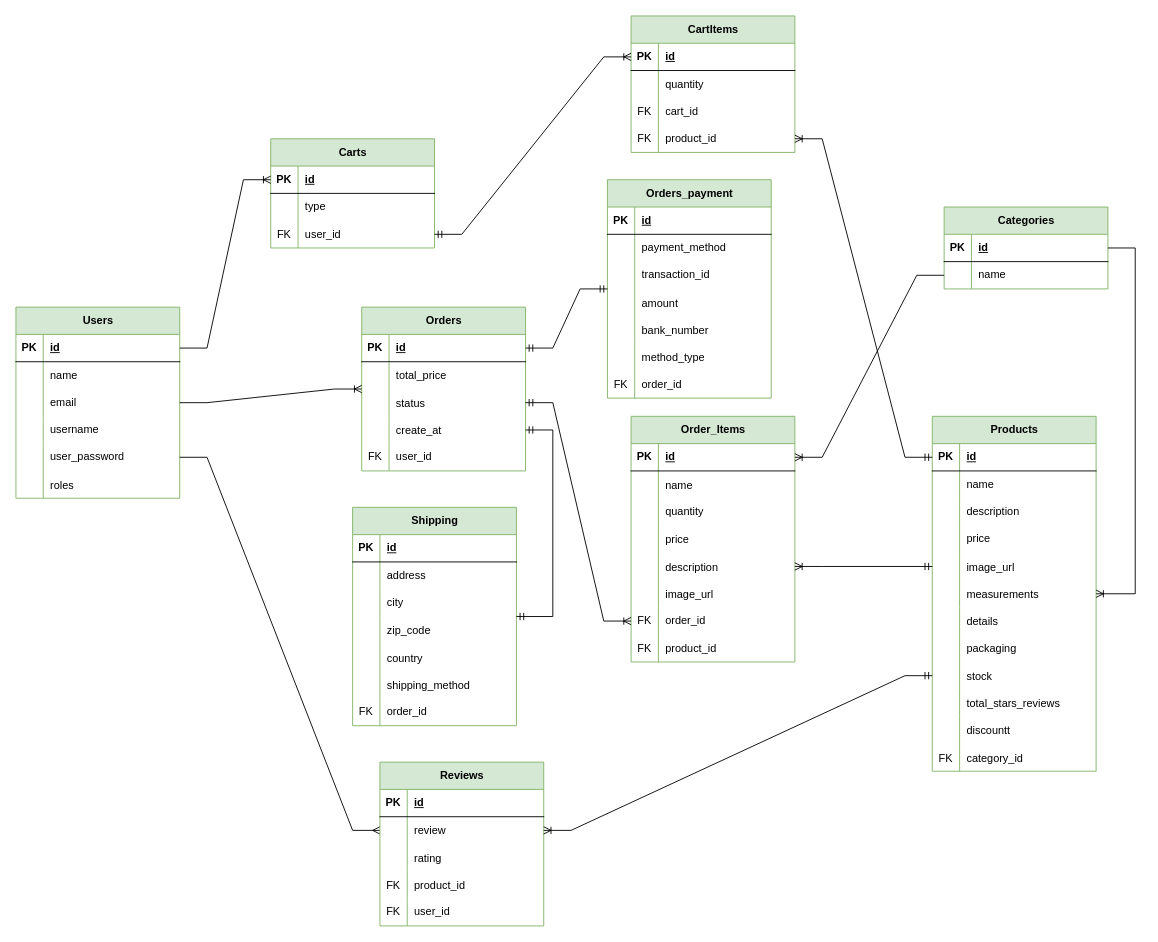
Before: ER Diagram.drawio in matobuild/Elegant, a draw.io diagram. Source tidied: cells renumbered, new cells numbered last; positions are measured from the earlier drawing's top-left corner, leaving out a move shared by most shapes. Both pictures are drawn from the tidied source at 91%, with x=0, y=0 at pixel (15, 15).
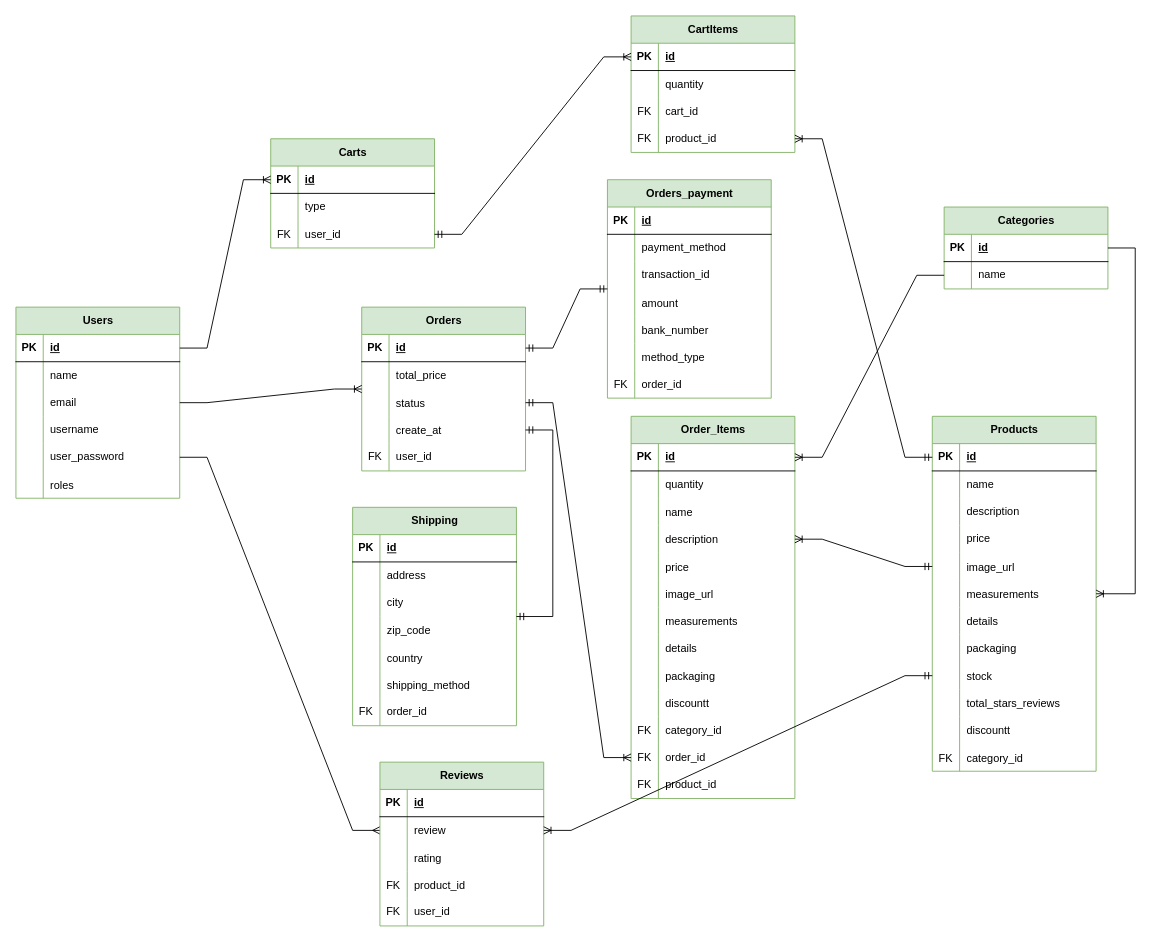
Above is the later version.

The edit, as a diff of the source:
```diff
@@
     <mxCell id="75" value="Order_Items" style="shape=table;startSize=30;childLayout=tableLayout;rowLines=0;fontStyle=1;align=center;html=1;fillColor=#d5e8d4;strokeColor=#82b366;" parent="1" vertex="1">
-      <mxGeometry x="676" y="440" width="180" height="270" as="geometry" />
+      <mxGeometry x="676" y="440" width="180" height="420" as="geometry" />
     </mxCell>
@@
+    <mxCell id="82" style="shape=tableRow;horizontal=0;startSize=0;swimlaneHead=0;swimlaneBody=0;fillColor=none;top=0;left=0;right=0;bottom=0;" parent="75" vertex="1">
+      <mxGeometry y="60" width="180" height="30" as="geometry" />
+    </mxCell>
+    <mxCell id="83" style="shape=partialRectangle;fillColor=none;top=0;left=0;bottom=0;right=0;overflow=hidden;whiteSpace=wrap;html=1;" parent="82" vertex="1">
+      <mxGeometry width="30" height="30" as="geometry" />
+    </mxCell>
+    <mxCell id="84" value="quantity" style="shape=partialRectangle;fillColor=none;top=0;left=0;bottom=0;right=0;align=left;spacingLeft=6;overflow=hidden;whiteSpace=wrap;html=1;" parent="82" vertex="1">
+      <mxGeometry x="30" width="150" height="30" as="geometry" />
+    </mxCell>
     <mxCell id="79" style="shape=tableRow;horizontal=0;startSize=0;swimlaneHead=0;swimlaneBody=0;fillColor=none;top=0;left=0;right=0;bottom=0;" parent="75" vertex="1">
-      <mxGeometry y="60" width="180" height="30" as="geometry" />
+      <mxGeometry y="90" width="180" height="30" as="geometry" />
     </mxCell>
@@
-    <mxCell id="82" style="shape=tableRow;horizontal=0;startSize=0;swimlaneHead=0;swimlaneBody=0;fillColor=none;top=0;left=0;right=0;bottom=0;" parent="75" vertex="1">
-      <mxGeometry y="90" width="180" height="30" as="geometry" />
-    </mxCell>
-    <mxCell id="83" style="shape=partialRectangle;fillColor=none;top=0;left=0;bottom=0;right=0;overflow=hidden;whiteSpace=wrap;html=1;" parent="82" vertex="1">
-      <mxGeometry width="30" height="30" as="geometry" />
-    </mxCell>
-    <mxCell id="84" value="quantity" style="shape=partialRectangle;fillColor=none;top=0;left=0;bottom=0;right=0;align=left;spacingLeft=6;overflow=hidden;whiteSpace=wrap;html=1;" parent="82" vertex="1">
-      <mxGeometry x="30" width="150" height="30" as="geometry" />
-    </mxCell>
+    <mxCell id="88" style="shape=tableRow;horizontal=0;startSize=0;swimlaneHead=0;swimlaneBody=0;fillColor=none;points=[[0,0.5],[1,0.5]];portConstraint=eastwest;top=0;left=0;right=0;bottom=0;" parent="75" vertex="1">
+      <mxGeometry y="120" width="180" height="30" as="geometry" />
+    </mxCell>
+    <mxCell id="89" style="shape=partialRectangle;fillColor=none;top=0;left=0;bottom=0;right=0;overflow=hidden;" parent="88" vertex="1">
+      <mxGeometry width="30" height="30" as="geometry" />
+    </mxCell>
+    <mxCell id="90" value="description" style="shape=partialRectangle;fillColor=none;top=0;left=0;bottom=0;right=0;align=left;spacingLeft=6;overflow=hidden;" parent="88" vertex="1">
+      <mxGeometry x="30" width="150" height="30" as="geometry" />
+    </mxCell>
     <mxCell id="85" style="shape=tableRow;horizontal=0;startSize=0;swimlaneHead=0;swimlaneBody=0;fillColor=none;top=0;left=0;right=0;bottom=0;" parent="75" vertex="1">
-      <mxGeometry y="120" width="180" height="30" as="geometry" />
+      <mxGeometry y="150" width="180" height="30" as="geometry" />
     </mxCell>
@@
-    <mxCell id="88" style="shape=tableRow;horizontal=0;startSize=0;swimlaneHead=0;swimlaneBody=0;fillColor=none;points=[[0,0.5],[1,0.5]];portConstraint=eastwest;top=0;left=0;right=0;bottom=0;" parent="75" vertex="1">
-      <mxGeometry y="150" width="180" height="30" as="geometry" />
-    </mxCell>
-    <mxCell id="89" style="shape=partialRectangle;fillColor=none;top=0;left=0;bottom=0;right=0;overflow=hidden;" parent="88" vertex="1">
-      <mxGeometry width="30" height="30" as="geometry" />
-    </mxCell>
-    <mxCell id="90" value="description" style="shape=partialRectangle;fillColor=none;top=0;left=0;bottom=0;right=0;align=left;spacingLeft=6;overflow=hidden;" parent="88" vertex="1">
-      <mxGeometry x="30" width="150" height="30" as="geometry" />
-    </mxCell>
@@
+    <mxCell id="201" style="shape=tableRow;horizontal=0;startSize=0;swimlaneHead=0;swimlaneBody=0;fillColor=none;top=0;left=0;right=0;bottom=0;" parent="75" vertex="1">
+      <mxGeometry y="210" width="180" height="30" as="geometry" />
+    </mxCell>
+    <mxCell id="202" style="shape=partialRectangle;fillColor=none;top=0;left=0;bottom=0;right=0;overflow=hidden;" parent="201" vertex="1">
+      <mxGeometry width="30" height="30" as="geometry" />
+    </mxCell>
+    <mxCell id="203" value="measurements" style="shape=partialRectangle;fillColor=none;top=0;left=0;bottom=0;right=0;align=left;spacingLeft=6;overflow=hidden;" parent="201" vertex="1">
+      <mxGeometry x="30" width="150" height="30" as="geometry" />
+    </mxCell>
+    <mxCell id="204" style="shape=tableRow;horizontal=0;startSize=0;swimlaneHead=0;swimlaneBody=0;fillColor=none;top=0;left=0;right=0;bottom=0;" parent="75" vertex="1">
+      <mxGeometry y="240" width="180" height="30" as="geometry" />
+    </mxCell>
+    <mxCell id="205" style="shape=partialRectangle;fillColor=none;top=0;left=0;bottom=0;right=0;overflow=hidden;" parent="204" vertex="1">
+      <mxGeometry width="30" height="30" as="geometry" />
+    </mxCell>
+    <mxCell id="206" value="details" style="shape=partialRectangle;fillColor=none;top=0;left=0;bottom=0;right=0;align=left;spacingLeft=6;overflow=hidden;" parent="204" vertex="1">
+      <mxGeometry x="30" width="150" height="30" as="geometry" />
+    </mxCell>
+    <mxCell id="207" style="shape=tableRow;horizontal=0;startSize=0;swimlaneHead=0;swimlaneBody=0;fillColor=none;top=0;left=0;right=0;bottom=0;" parent="75" vertex="1">
+      <mxGeometry y="270" width="180" height="30" as="geometry" />
+    </mxCell>
+    <mxCell id="208" style="shape=partialRectangle;fillColor=none;top=0;left=0;bottom=0;right=0;overflow=hidden;" parent="207" vertex="1">
+      <mxGeometry width="30" height="30" as="geometry" />
+    </mxCell>
+    <mxCell id="209" value="packaging" style="shape=partialRectangle;fillColor=none;top=0;left=0;bottom=0;right=0;align=left;spacingLeft=6;overflow=hidden;" parent="207" vertex="1">
+      <mxGeometry x="30" width="150" height="30" as="geometry" />
+    </mxCell>
+    <mxCell id="210" style="shape=tableRow;horizontal=0;startSize=0;swimlaneHead=0;swimlaneBody=0;fillColor=none;top=0;left=0;right=0;bottom=0;" parent="75" vertex="1">
+      <mxGeometry y="300" width="180" height="30" as="geometry" />
+    </mxCell>
+    <mxCell id="211" style="shape=partialRectangle;fillColor=none;top=0;left=0;bottom=0;right=0;overflow=hidden;" parent="210" vertex="1">
+      <mxGeometry width="30" height="30" as="geometry" />
+    </mxCell>
+    <mxCell id="212" value="discountt" style="shape=partialRectangle;fillColor=none;top=0;left=0;bottom=0;right=0;align=left;spacingLeft=6;overflow=hidden;" parent="210" vertex="1">
+      <mxGeometry x="30" width="150" height="30" as="geometry" />
+    </mxCell>
+    <mxCell id="213" style="shape=tableRow;horizontal=0;startSize=0;swimlaneHead=0;swimlaneBody=0;fillColor=none;top=0;left=0;right=0;bottom=0;" parent="75" vertex="1">
+      <mxGeometry y="330" width="180" height="30" as="geometry" />
+    </mxCell>
+    <mxCell id="214" value="FK" style="shape=partialRectangle;fillColor=none;top=0;left=0;bottom=0;right=0;overflow=hidden;" parent="213" vertex="1">
+      <mxGeometry width="30" height="30" as="geometry" />
+    </mxCell>
+    <mxCell id="215" value="category_id" style="shape=partialRectangle;fillColor=none;top=0;left=0;bottom=0;right=0;align=left;spacingLeft=6;overflow=hidden;" parent="213" vertex="1">
+      <mxGeometry x="30" width="150" height="30" as="geometry" />
+    </mxCell>
     <mxCell id="94" style="shape=tableRow;horizontal=0;startSize=0;swimlaneHead=0;swimlaneBody=0;fillColor=none;points=[[0,0.5],[1,0.5]];portConstraint=eastwest;top=0;left=0;right=0;bottom=0;" parent="75" vertex="1">
-      <mxGeometry y="210" width="180" height="30" as="geometry" />
+      <mxGeometry y="360" width="180" height="30" as="geometry" />
     </mxCell>
@@
     <mxCell id="97" style="shape=tableRow;horizontal=0;startSize=0;swimlaneHead=0;swimlaneBody=0;fillColor=none;top=0;left=0;right=0;bottom=0;" parent="75" vertex="1">
-      <mxGeometry y="240" width="180" height="30" as="geometry" />
+      <mxGeometry y="390" width="180" height="30" as="geometry" />
     </mxCell>
```
